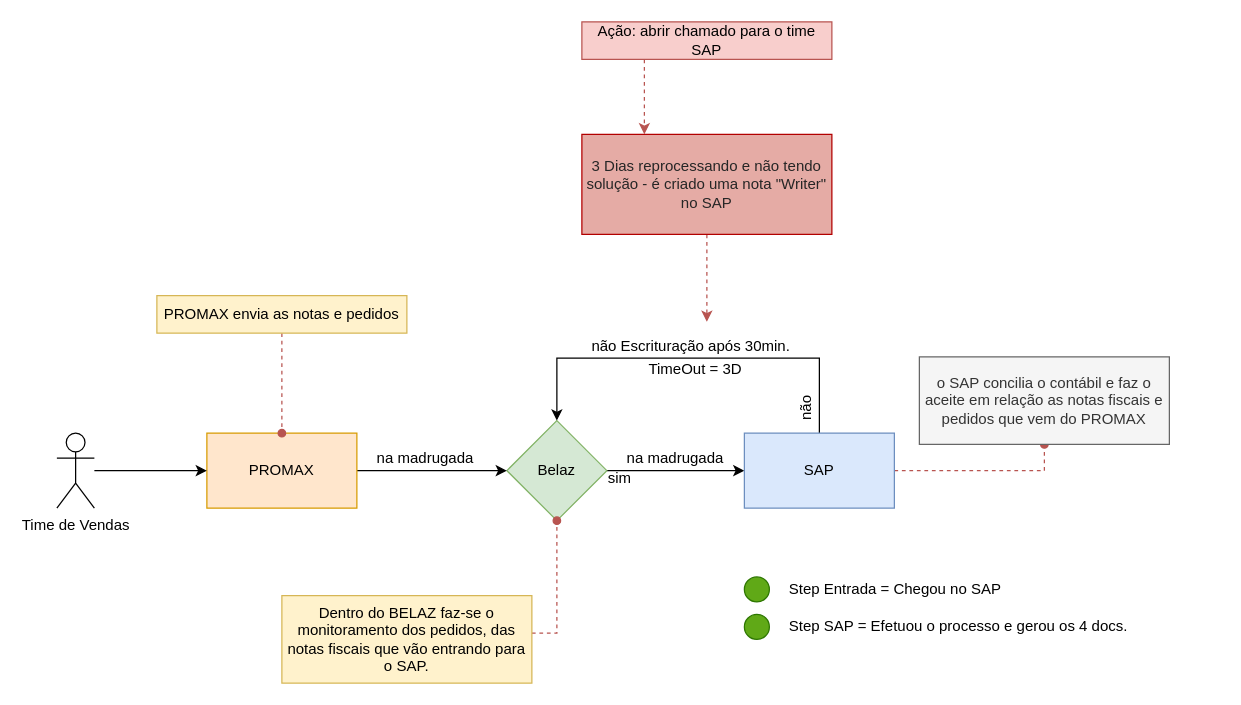
The draw.io diagram page "mod-Nfiscal" (1 of 4) of Diagrama sem nome.drawio in aguinaldo1/Lab01-ProjAPP, before the edit. Source tidied: cells renumbered, new cells numbered last; positions are measured from the earlier drawing's top-left corner, leaving out a move shared by most shapes. Both pictures are drawn from the tidied source at 125%, with x=0, y=0 at pixel (56, 21).
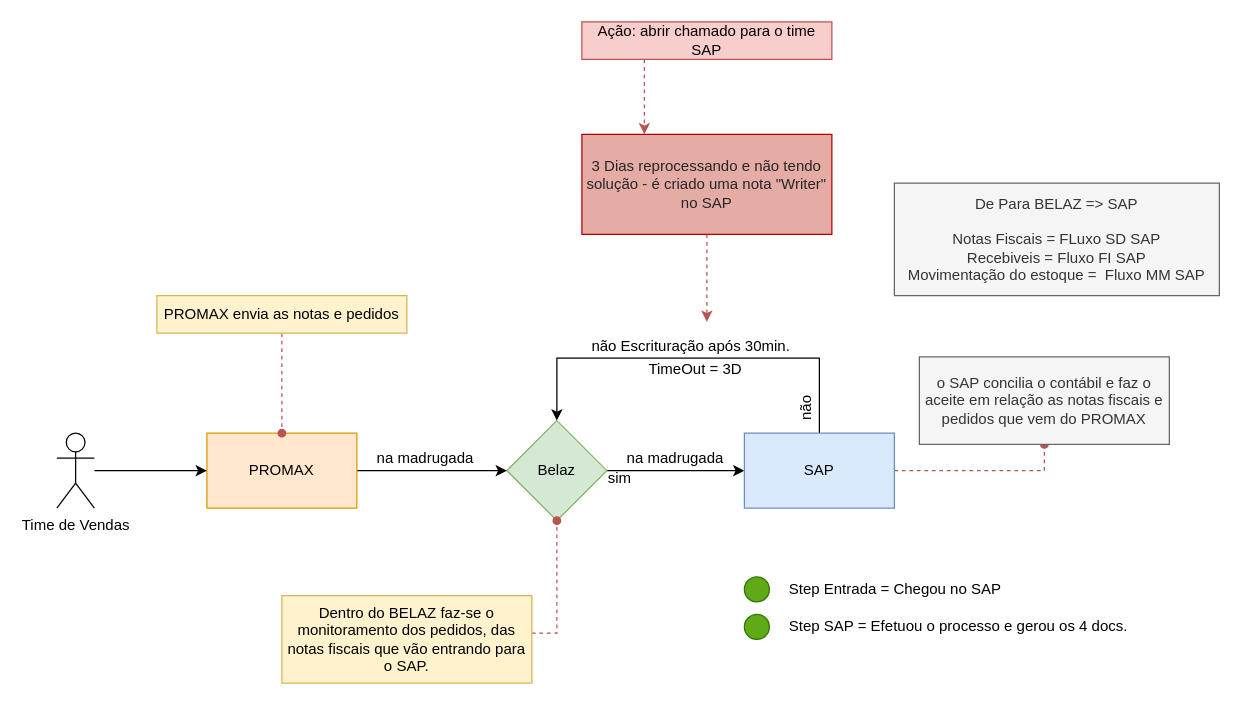
Above is the later version.

What changed in the source:
```diff
@@
+    <mxCell id="30" value="De Para BELAZ =&amp;gt; SAP&lt;br&gt;&lt;br&gt;Notas Fiscais = FLuxo SD SAP&lt;br&gt;Recebiveis = Fluxo FI SAP&lt;br&gt;Movimentação do estoque =&amp;nbsp; Fluxo MM SAP&lt;br&gt;" style="text;html=1;strokeColor=#666666;fillColor=#f5f5f5;align=center;verticalAlign=middle;whiteSpace=wrap;rounded=0;fontColor=#333333;" parent="1" vertex="1">
+      <mxGeometry x="670" y="129" width="260" height="90" as="geometry" />
+    </mxCell>
```
